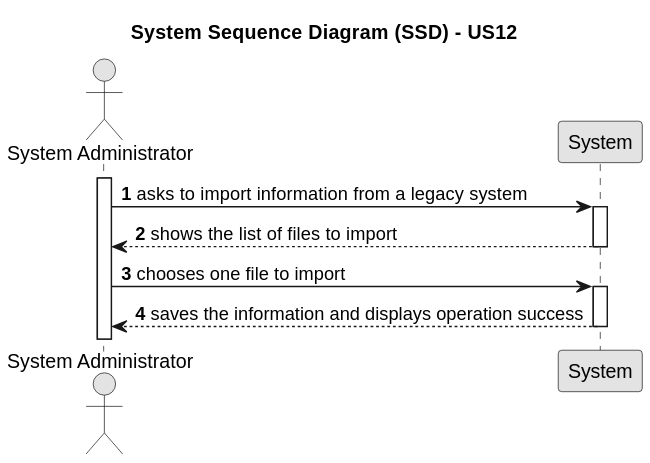
Earlier version of the PlantUML export docs/sprintD/US12/01.requirements-engineering/svg/us12-system-sequence-diagram.svg (PureNimble/ISEP-LAPR2).
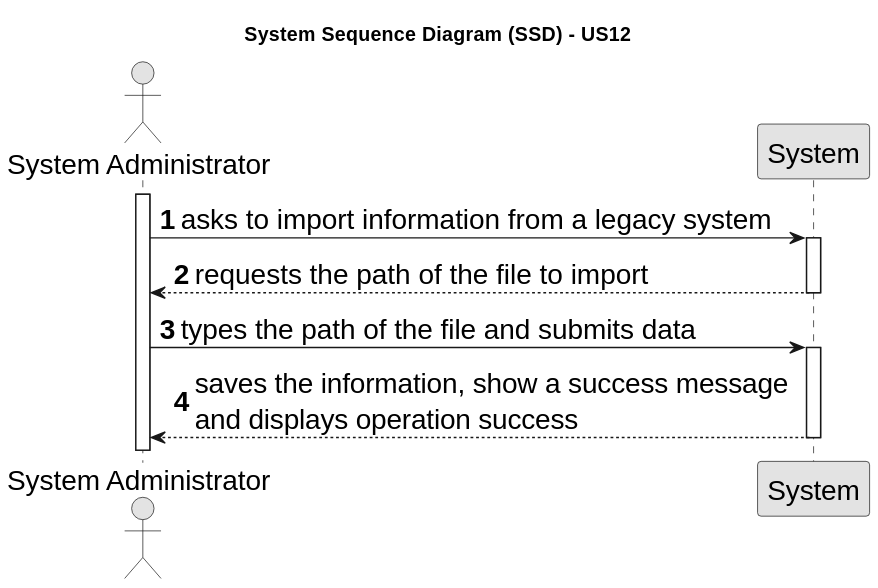
Above is the later version.

The edit, as a diff of the source:
```diff
@@ -1,4 +1,5 @@
 @startuml
+skinparamlocked defaultFontSize 20
 skinparam monochrome true
 skinparam packageStyle rectangle
 skinparam shadowing false
@@ -14,12 +15,12 @@
 Admin -> System : asks to import information from a legacy system
 activate System
 
-System --> Admin : shows the list of files to import
+System --> Admin : requests the path of the file to import
 deactivate System
 
-Admin -> System : chooses one file to import
+Admin -> System : types the path of the file and submits data
 activate System
 
-System --> Admin : saves the information and displays operation success
+System --> Admin : saves the information, show a success message \nand displays operation success
 deactivate System
 @enduml
```
